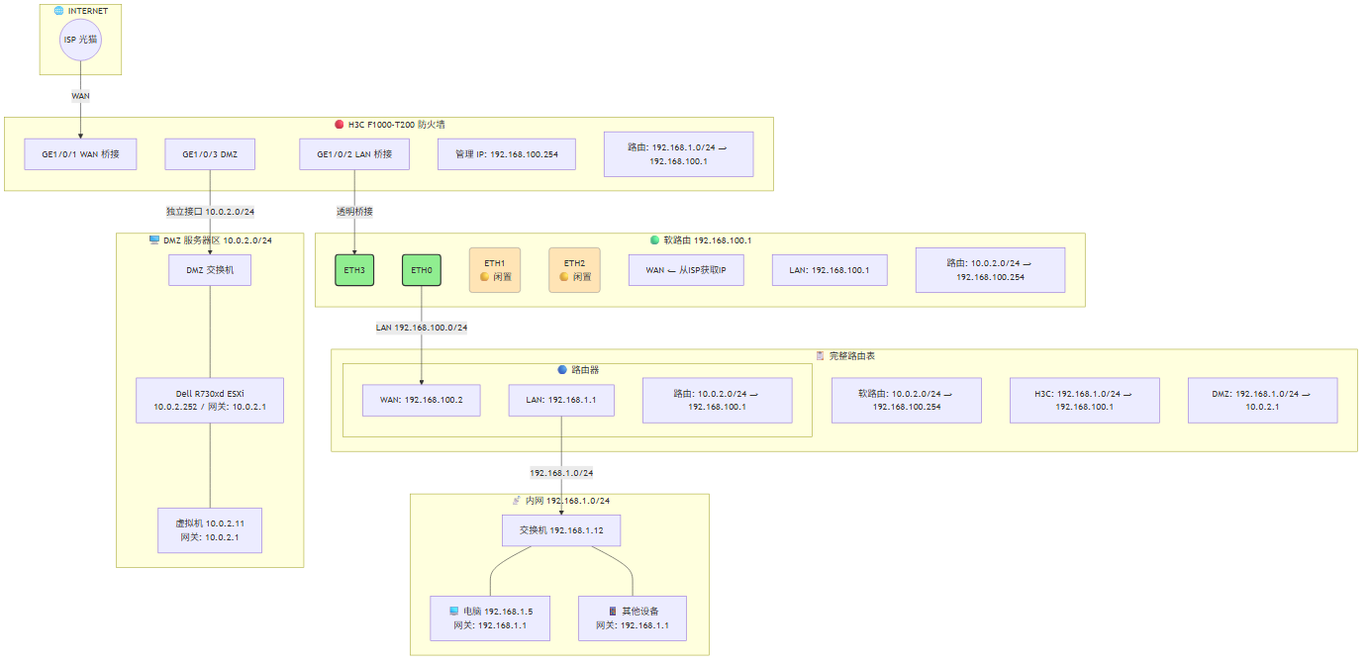
The Mermaid diagram source/img/topo-full.png in never-give-up-cn/myhome, before a commit. Its source is kept beside it as source/img/topo-full.mmd.
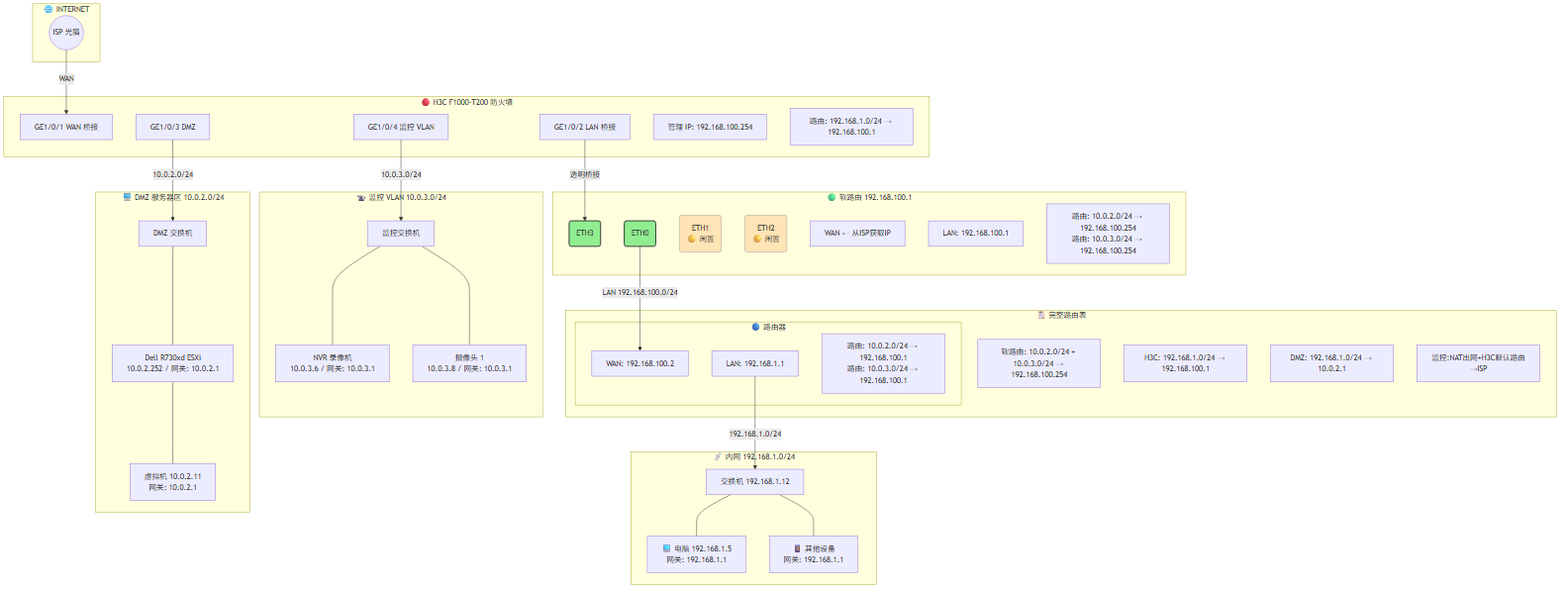
The same file after the commit.

Commit message:
feat: 新增监控 VLAN 10.0.3.0/24，含 NAT 和路由

Diff of the diagram source:
```diff
@@ -7,6 +7,7 @@
         GE1["GE1/0/1 WAN 桥接"]
         GE2["GE1/0/2 LAN 桥接"]
         GE3["GE1/0/3 DMZ"]
+        GE4["GE1/0/4 监控 VLAN"]
         MGMT["管理 IP: 192.168.100.254"]
         FW_R["路由: 192.168.1.0/24 → 192.168.100.1"]
     end
@@ -18,13 +19,13 @@
         ETH2("ETH2<br/>🟡 闲置"):::port_idle
         SR_WAN["WAN ← 从ISP获取IP"]
         SR_LAN["LAN: 192.168.100.1"]
-        SR_R["路由: 10.0.2.0/24 → 192.168.100.254"]
+        SR_R["路由: 10.0.2.0/24 → 192.168.100.254<br/>路由: 10.0.3.0/24 → 192.168.100.254"]
     end
 
     subgraph R2["🔵 路由器"]
         R2_WAN["WAN: 192.168.100.2"]
         R2_LAN["LAN: 192.168.1.1"]
-        R2_R["路由: 10.0.2.0/24 → 192.168.100.1"]
+        R2_R["路由: 10.0.2.0/24 → 192.168.100.1<br/>路由: 10.0.3.0/24 → 192.168.100.1"]
     end
 
     subgraph LAN["📡 内网 192.168.1.0/24"]
@@ -39,21 +40,31 @@
         VM["虚拟机 10.0.2.11<br/>网关: 10.0.2.1"]
     end
 
+    subgraph SUR["📹 监控 VLAN 10.0.3.0/24"]
+        SUR_SW["监控交换机"]
+        NVR["NVR 录像机<br/>10.0.3.6 / 网关: 10.0.3.1"]
+        CAM["摄像头 1<br/>10.0.3.8 / 网关: 10.0.3.1"]
+    end
+
     ISP -->|"WAN"| GE1
     GE2 -->|"透明桥接"| ETH3
     ETH0 -->|"LAN 192.168.100.0/24"| R2_WAN
     R2_LAN -->|"192.168.1.0/24"| SW
     SW --- PC
     SW --- OTHER
-    GE3 -->|"独立接口 10.0.2.0/24"| DMZ_SW
+    GE3 -->|"10.0.2.0/24"| DMZ_SW
     DMZ_SW --- R730xd
     R730xd --- VM
+    GE4 -->|"10.0.3.0/24"| SUR_SW
+    SUR_SW --- NVR
+    SUR_SW --- CAM
 
     subgraph ROUTES["📋 完整路由表"]
-        R1["软路由: 10.0.2.0/24 → 192.168.100.254"]
-        R2["路由器: 10.0.2.0/24 → 192.168.100.1"]
+        R1["软路由: 10.0.2.0/24 + 10.0.3.0/24 → 192.168.100.254"]
+        R2["路由器: 10.0.2.0/24 + 10.0.3.0/24 → 192.168.100.1"]
         R3["H3C: 192.168.1.0/24 → 192.168.100.1"]
         R4["DMZ: 192.168.1.0/24 → 10.0.2.1"]
+        R5["监控:NAT出网+H3C默认路由→ISP"]
     end
 
     classDef port fill:#90EE90,stroke:#333,stroke-width:2
```
